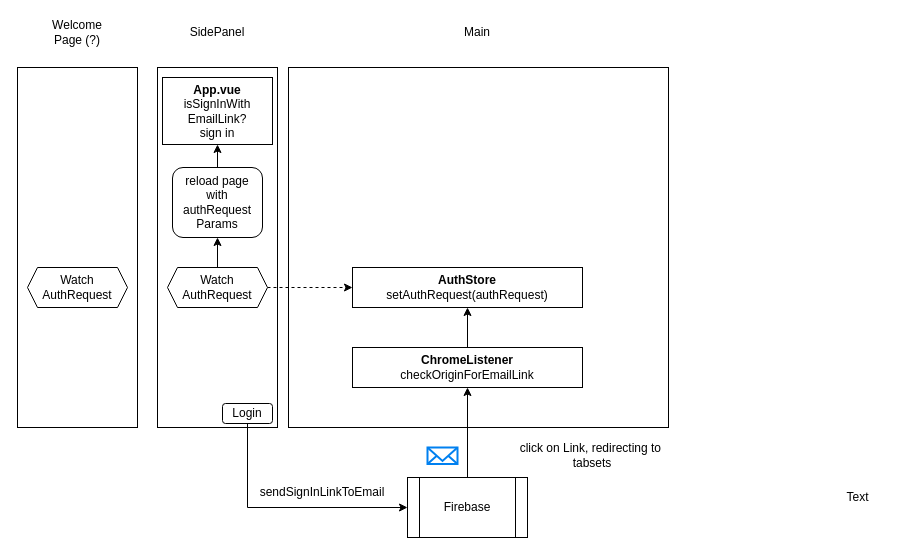
The draw.io diagram docs/authorization.drawio in evandor/tabsets, before the edit. Source tidied: cells renumbered, new cells numbered last; positions are measured from the earlier drawing's top-left corner, leaving out a move shared by most shapes. Both pictures are drawn from the tidied source at 100%, with x=0, y=0 at pixel (17, 17).
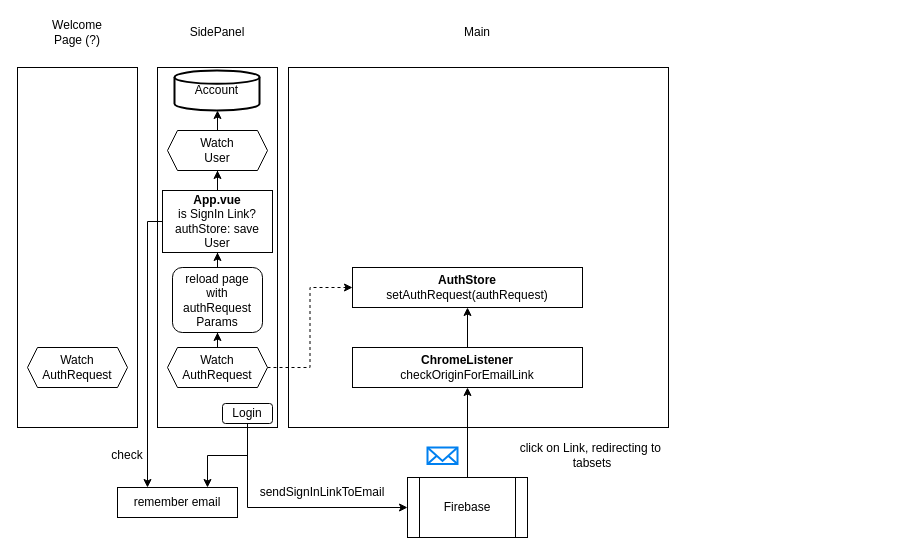
Above is the later version.

Unchanged cells that the change refers to:
```xml
<mxCell id="7" value="Login" style="rounded=1;whiteSpace=wrap;html=1;" parent="1" vertex="1">
  <mxGeometry x="205" y="386" width="50" height="20" as="geometry" />
</mxCell>
```

Diff of the diagram source:
```diff
@@
+    <mxCell id="26" style="edgeStyle=orthogonalEdgeStyle;rounded=0;jettySize=auto;html=1;entryX=0.75;entryY=0;entryDx=0;entryDy=0;" parent="1" edge="1" source="7" target="31">
+      <mxGeometry relative="1" as="geometry" />
+    </mxCell>
@@
-    <mxCell id="17" value="Text" style="text;html=1;align=center;verticalAlign=middle;fillColor=none;strokeColor=none;rounded=0;" parent="1" vertex="1">
-      <mxGeometry x="815" y="465" width="50" height="30" as="geometry" />
-    </mxCell>
@@
     <mxCell id="21" value="Watch &lt;br&gt;AuthRequest" style="shape=hexagon;perimeter=hexagonPerimeter2;whiteSpace=wrap;html=1;fixedSize=1;size=10;" parent="1" vertex="1">
-      <mxGeometry x="150" y="250" width="100" height="40" as="geometry" />
+      <mxGeometry x="150" y="330" width="100" height="40" as="geometry" />
     </mxCell>
     <mxCell id="22" value="Watch &lt;br&gt;AuthRequest" style="shape=hexagon;perimeter=hexagonPerimeter2;whiteSpace=wrap;html=1;fixedSize=1;size=10;" parent="1" vertex="1">
-      <mxGeometry x="10" y="250" width="100" height="40" as="geometry" />
+      <mxGeometry x="10" y="330" width="100" height="40" as="geometry" />
     </mxCell>
@@
     <mxCell id="24" value="reload page with&lt;br&gt;authRequest Params" style="rounded=1;whiteSpace=wrap;html=1;" parent="1" vertex="1">
-      <mxGeometry x="155" y="150" width="90" height="70" as="geometry" />
+      <mxGeometry x="155" y="250" width="90" height="65" as="geometry" />
     </mxCell>
+    <mxCell id="27" style="edgeStyle=orthogonalEdgeStyle;rounded=0;jettySize=auto;html=1;entryX=0.5;entryY=1;entryDx=0;entryDy=0;" parent="1" edge="1" source="25" target="30">
+      <mxGeometry relative="1" as="geometry" />
+    </mxCell>
+    <mxCell id="28" style="edgeStyle=orthogonalEdgeStyle;rounded=0;jettySize=auto;html=1;entryX=0.25;entryY=0;entryDx=0;entryDy=0;" parent="1" edge="1" source="25" target="31">
+      <mxGeometry relative="1" as="geometry">
+        <Array as="points">
+          <mxPoint x="130" y="204" />
+        </Array>
+      </mxGeometry>
+    </mxCell>
-    <mxCell id="25" value="&lt;b&gt;App.vue&lt;/b&gt;&lt;br&gt;isSignInWith&lt;br&gt;EmailLink?&lt;br&gt;sign in" style="rounded=0;whiteSpace=wrap;html=1;" parent="1" vertex="1">
-      <mxGeometry x="145" y="60" width="110" height="67" as="geometry" />
+    <mxCell id="25" value="&lt;b&gt;App.vue&lt;/b&gt;&lt;br&gt;is SignIn Link?&lt;br&gt;authStore: save User" style="rounded=0;whiteSpace=wrap;html=1;" parent="1" vertex="1">
+      <mxGeometry x="145" y="173" width="110" height="62" as="geometry" />
     </mxCell>
+    <mxCell id="29" style="edgeStyle=orthogonalEdgeStyle;rounded=0;jettySize=auto;html=1;entryX=0.5;entryY=1;entryDx=0;entryDy=0;entryPerimeter=0;" parent="1" edge="1" source="30" target="33">
+      <mxGeometry relative="1" as="geometry" />
+    </mxCell>
+    <mxCell id="30" value="Watch &lt;br&gt;User" style="shape=hexagon;perimeter=hexagonPerimeter2;whiteSpace=wrap;html=1;fixedSize=1;size=10;" parent="1" vertex="1">
+      <mxGeometry x="150" y="113" width="100" height="40" as="geometry" />
+    </mxCell>
+    <mxCell id="31" value="&lt;span style=&quot;&quot;&gt;remember email&lt;/span&gt;" style="whiteSpace=wrap;html=1;" parent="1" vertex="1">
+      <mxGeometry x="100" y="470" width="120" height="30" as="geometry" />
+    </mxCell>
+    <mxCell id="32" value="check" style="text;html=1;strokeColor=none;fillColor=none;align=center;verticalAlign=middle;whiteSpace=wrap;rounded=0;" parent="1" vertex="1">
+      <mxGeometry x="80" y="423.2" width="60" height="30" as="geometry" />
+    </mxCell>
+    <mxCell id="33" value="Account" style="strokeWidth=2;html=1;shape=mxgraph.flowchart.database;whiteSpace=wrap;" parent="1" vertex="1">
+      <mxGeometry x="157" y="53" width="85" height="40" as="geometry" />
+    </mxCell>
```
